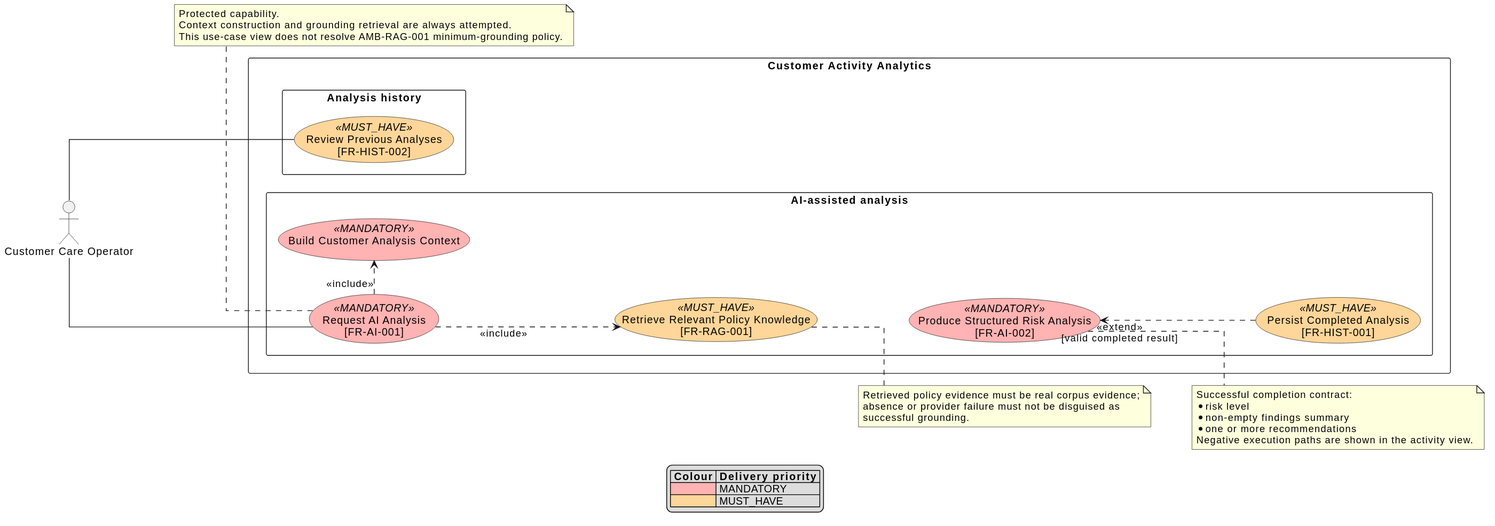
Above: docs/assignment/SRS/diagrams/srs-analysis-use-cases.svg in jdoe-dev-159753/specgraph-reference-app (PlantUML), before the change. The source it was exported from:
```plantuml
@startuml
left to right direction
skinparam linetype ortho
skinparam nodesep 45
skinparam ranksep 55
skinparam packageStyle rectangle
skinparam usecase {
  BackgroundColor<<MANDATORY>> #FFB3B3
  BackgroundColor<<MUST_HAVE>> #FFD699
}

actor "Customer Care Operator" as Operator

rectangle "Customer Activity Analytics" as SystemBoundary {
  package "AI-assisted analysis" {
    usecase "Request AI Analysis\n[FR-AI-001]" as UC_Request <<MANDATORY>>
    usecase "Build Customer Analysis Context" as UC_Context <<MANDATORY>>
    usecase "Retrieve Relevant Policy Knowledge\n[FR-RAG-001]" as UC_RAG <<MUST_HAVE>>
    usecase "Produce Structured Risk Analysis\n[FR-AI-002]" as UC_Result <<MANDATORY>>
    usecase "Persist Completed Analysis\n[FR-HIST-001]" as UC_Persist <<MUST_HAVE>>
  }

  package "Analysis history" {
    usecase "Review Previous Analyses\n[FR-HIST-002]" as UC_History <<MUST_HAVE>>
  }

  UC_Request .> UC_Context : <<include>>
  UC_Request .> UC_RAG : <<include>>
  UC_Persist .> UC_Result : <<extend>>\n[valid completed result]

  UC_Context -[hidden]-> UC_RAG
  UC_RAG -[hidden]-> UC_Result
  UC_Result -[hidden]-> UC_Persist
}

Operator -- UC_Request
Operator -- UC_History

note right of UC_Result
  Successful completion contract:
  * risk level
  * non-empty findings summary
  * one or more recommendations
  Negative execution paths are shown in the activity view.
end note

note bottom of UC_Request
  Protected capability.
  Context construction and grounding retrieval are always attempted.
  This use-case view does not resolve AMB-RAG-001 minimum-grounding policy.
end note

note right of UC_RAG
  Retrieved policy evidence must be real corpus evidence;
  absence or provider failure must not be disguised as
  successful grounding.
end note

legend bottom
  |= Colour |= Delivery priority |
  |<#FFB3B3> | MANDATORY |
  |<#FFD699> | MUST_HAVE |
endlegend
@enduml
```
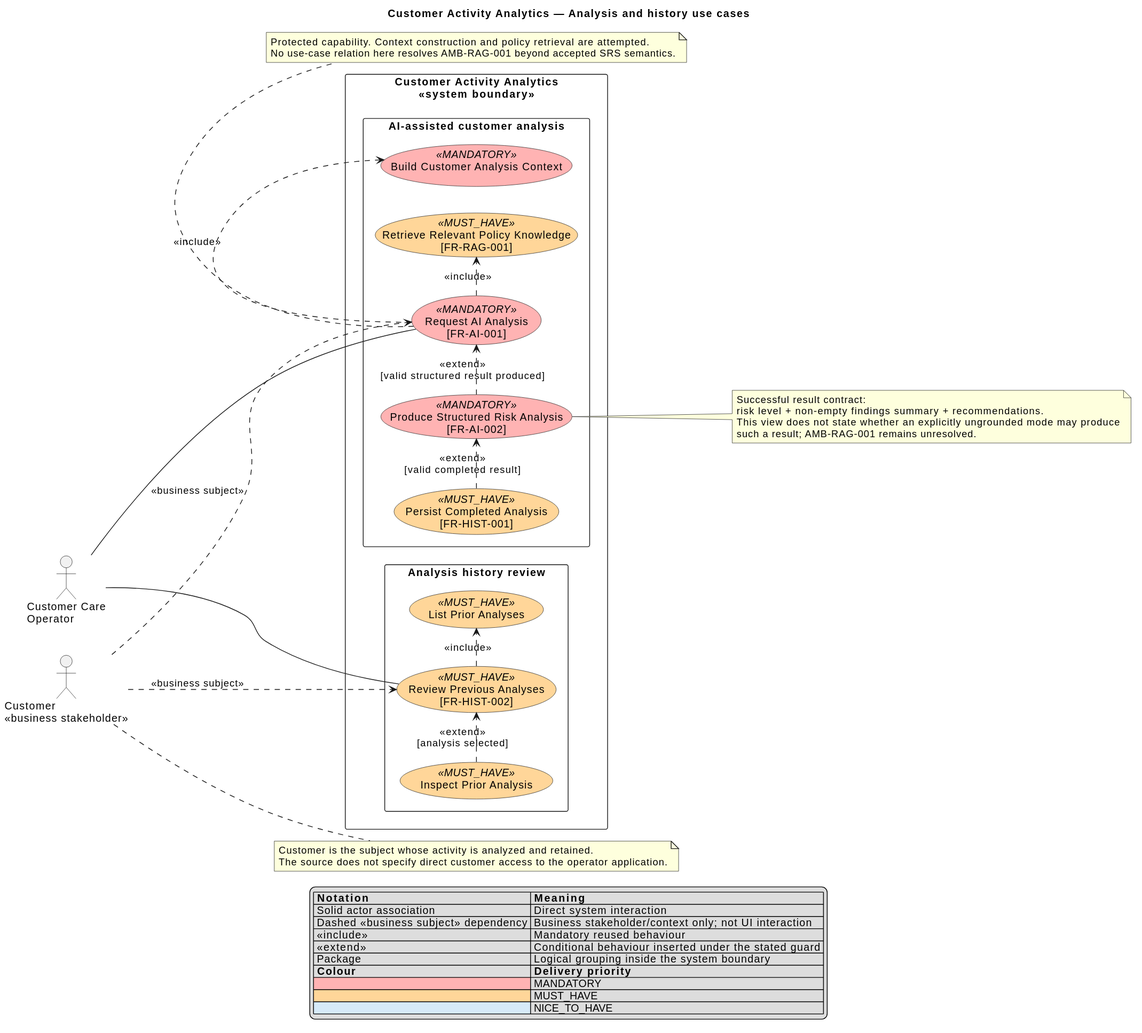
After the commit.

Commit message:
docs: restore readable complete SRS use-case views (#69)

What changed in the source:
```diff
@@ -1,18 +1,19 @@
 @startuml
+title Customer Activity Analytics — Analysis and history use cases
 left to right direction
-skinparam linetype ortho
-skinparam nodesep 45
-skinparam ranksep 55
 skinparam packageStyle rectangle
+skinparam shadowing false
 skinparam usecase {
   BackgroundColor<<MANDATORY>> #FFB3B3
   BackgroundColor<<MUST_HAVE>> #FFD699
+  BackgroundColor<<NICE_TO_HAVE>> #D6EAF8
 }
 
-actor "Customer Care Operator" as Operator
+actor "Customer Care\nOperator" as Operator
+actor "Customer\n<<business stakeholder>>" as Customer
 
-rectangle "Customer Activity Analytics" as SystemBoundary {
-  package "AI-assisted analysis" {
+rectangle "Customer Activity Analytics\n<<system boundary>>" as SystemBoundary {
+  package "AI-assisted customer analysis" {
     usecase "Request AI Analysis\n[FR-AI-001]" as UC_Request <<MANDATORY>>
     usecase "Build Customer Analysis Context" as UC_Context <<MANDATORY>>
     usecase "Retrieve Relevant Policy Knowledge\n[FR-RAG-001]" as UC_RAG <<MUST_HAVE>>
@@ -20,45 +21,52 @@
     usecase "Persist Completed Analysis\n[FR-HIST-001]" as UC_Persist <<MUST_HAVE>>
   }
 
-  package "Analysis history" {
+  package "Analysis history review" {
     usecase "Review Previous Analyses\n[FR-HIST-002]" as UC_History <<MUST_HAVE>>
+    usecase "List Prior Analyses" as UC_List <<MUST_HAVE>>
+    usecase "Inspect Prior Analysis" as UC_Inspect <<MUST_HAVE>>
   }
 
   UC_Request .> UC_Context : <<include>>
   UC_Request .> UC_RAG : <<include>>
+  UC_Result .> UC_Request : <<extend>>\n[valid structured result produced]
   UC_Persist .> UC_Result : <<extend>>\n[valid completed result]
-
-  UC_Context -[hidden]-> UC_RAG
-  UC_RAG -[hidden]-> UC_Result
-  UC_Result -[hidden]-> UC_Persist
+  UC_History .> UC_List : <<include>>
+  UC_Inspect .> UC_History : <<extend>>\n[analysis selected]
 }
 
 Operator -- UC_Request
 Operator -- UC_History
+Customer ..> UC_Request : <<business subject>>
+Customer ..> UC_History : <<business subject>>
 
 note right of UC_Result
-  Successful completion contract:
-  * risk level
-  * non-empty findings summary
-  * one or more recommendations
-  Negative execution paths are shown in the activity view.
+  Successful result contract:
+  risk level + non-empty findings summary + recommendations.
+  This view does not state whether an explicitly ungrounded mode may produce
+  such a result; AMB-RAG-001 remains unresolved.
 end note
 
 note bottom of UC_Request
-  Protected capability.
-  Context construction and grounding retrieval are always attempted.
-  This use-case view does not resolve AMB-RAG-001 minimum-grounding policy.
+  Protected capability. Context construction and policy retrieval are attempted.
+  No use-case relation here resolves AMB-RAG-001 beyond accepted SRS semantics.
 end note
 
-note right of UC_RAG
-  Retrieved policy evidence must be real corpus evidence;
-  absence or provider failure must not be disguised as
-  successful grounding.
+note right of Customer
+  Customer is the subject whose activity is analyzed and retained.
+  The source does not specify direct customer access to the operator application.
 end note
 
 legend bottom
+  |= Notation |= Meaning |
+  | Solid actor association | Direct system interaction |
+  | Dashed <<business subject>> dependency | Business stakeholder/context only; not UI interaction |
+  | <<include>> | Mandatory reused behaviour |
+  | <<extend>> | Conditional behaviour inserted under the stated guard |
+  | Package | Logical grouping inside the system boundary |
   |= Colour |= Delivery priority |
   |<#FFB3B3> | MANDATORY |
   |<#FFD699> | MUST_HAVE |
+  |<#D6EAF8> | NICE_TO_HAVE |
 endlegend
 @enduml
```
